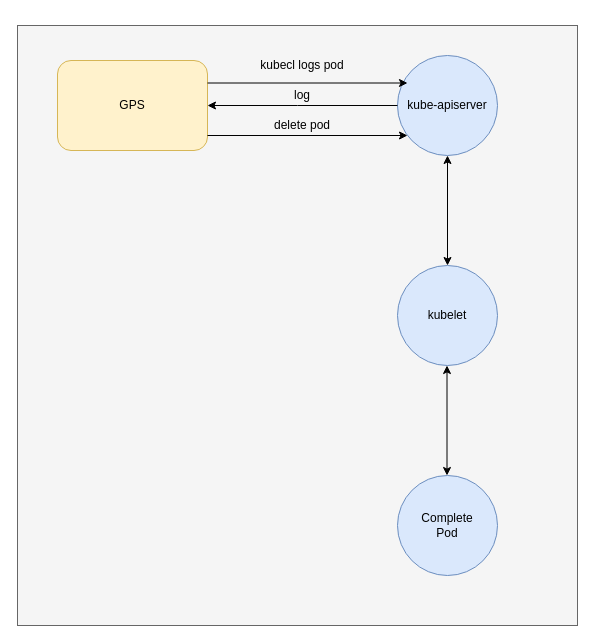
The draw.io diagram complete-pod-deletion.drawio in YanshanSong/draw.io, before the edit. Source tidied: cells renumbered, new cells numbered last; positions are measured from the earlier drawing's top-left corner, leaving out a move shared by most shapes. Both pictures are drawn from the tidied source at 100%, with x=0, y=0 at pixel (17, 25).
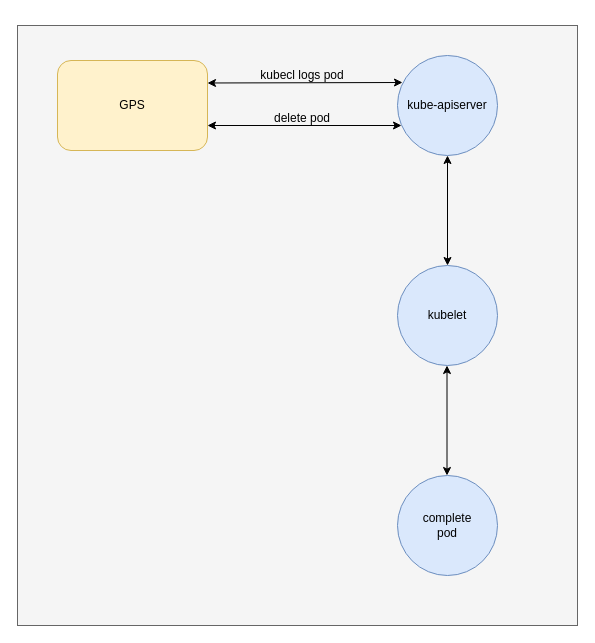
The same page after the edit.

The change refers to these unchanged cells:
```xml
<mxCell id="2" style="rounded=0;whiteSpace=wrap;html=1;fillColor=#f5f5f5;strokeColor=#666666;fontColor=#333333;" parent="1" vertex="1">
  <mxGeometry width="560" height="600" as="geometry" />
</mxCell>
<mxCell id="3" value="kube-apiserver" style="ellipse;whiteSpace=wrap;html=1;fillColor=#dae8fc;strokeColor=#6c8ebf;" parent="1" vertex="1">
  <mxGeometry x="380" y="30" width="100" height="100" as="geometry" />
</mxCell>
<mxCell id="4" value="GPS" style="rounded=1;whiteSpace=wrap;html=1;fillColor=#fff2cc;strokeColor=#d6b656;" parent="1" vertex="1">
  <mxGeometry x="40" y="35" width="150" height="90" as="geometry" />
</mxCell>
```

Diff of the diagram source:
```diff
@@
-    <mxCell id="5" style="endArrow=classic;html=1;rounded=0;entryX=1;entryY=0.5;entryDx=0;entryDy=0;" parent="1" edge="1" target="4">
-      <mxGeometry relative="1" as="geometry">
-        <mxPoint x="380" y="80" as="sourcePoint" />
-        <Array as="points">
-          <mxPoint x="280" y="80" />
-        </Array>
-      </mxGeometry>
-    </mxCell>
-    <mxCell id="6" style="group;" parent="1" vertex="1">
-      <mxGeometry x="240" y="25" width="90" height="30" as="geometry" />
-    </mxCell>
-    <mxCell id="7" style="group;" parent="6" vertex="1">
-      <mxGeometry width="90" height="30" as="geometry" />
-    </mxCell>
-    <mxCell id="8" style="endArrow=classic;html=1;rounded=0;exitX=1;exitY=0.25;exitDx=0;exitDy=0;entryX=0.1;entryY=0.275;entryDx=0;entryDy=0;entryPerimeter=0;" parent="7" edge="1" source="4" target="3">
-      <mxGeometry relative="1" as="geometry" />
-    </mxCell>
-    <mxCell id="9" value="kubecl logs pod" style="text;html=1;strokeColor=none;fillColor=none;align=center;verticalAlign=middle;whiteSpace=wrap;rounded=0;" parent="7" vertex="1">
-      <mxGeometry width="90" height="30" as="geometry" />
-    </mxCell>
-    <mxCell id="10" style="group;" parent="1" vertex="1">
-      <mxGeometry x="240" y="55" width="90" height="30" as="geometry" />
-    </mxCell>
-    <mxCell id="11" style="group;" parent="10" vertex="1">
-      <mxGeometry width="90" height="30" as="geometry" />
-    </mxCell>
-    <mxCell id="12" value="log" style="text;html=1;strokeColor=none;fillColor=none;align=center;verticalAlign=middle;whiteSpace=wrap;rounded=0;" parent="11" vertex="1">
-      <mxGeometry width="90" height="30" as="geometry" />
-    </mxCell>
-    <mxCell id="13" style="endArrow=classic;html=1;rounded=0;exitX=1;exitY=0.25;exitDx=0;exitDy=0;entryX=0.1;entryY=0.275;entryDx=0;entryDy=0;entryPerimeter=0;" parent="1" edge="1">
-      <mxGeometry relative="1" as="geometry">
-        <mxPoint x="190" y="110" as="sourcePoint" />
-        <mxPoint x="390" y="110" as="targetPoint" />
-      </mxGeometry>
-    </mxCell>
-    <mxCell id="14" style="group;" parent="1" vertex="1">
-      <mxGeometry x="240" y="85" width="90" height="30" as="geometry" />
-    </mxCell>
-    <mxCell id="15" style="group;" parent="14" vertex="1">
-      <mxGeometry width="90" height="30" as="geometry" />
-    </mxCell>
-    <mxCell id="16" value="delete pod" style="text;html=1;strokeColor=none;fillColor=none;align=center;verticalAlign=middle;whiteSpace=wrap;rounded=0;" parent="15" vertex="1">
-      <mxGeometry width="90" height="30" as="geometry" />
-    </mxCell>
@@
-    <mxCell id="18" value="Complete&lt;br&gt;Pod" style="ellipse;whiteSpace=wrap;html=1;fillColor=#dae8fc;strokeColor=#6c8ebf;" parent="1" vertex="1">
+    <mxCell id="18" value="complete&lt;br&gt;pod" style="ellipse;whiteSpace=wrap;html=1;fillColor=#dae8fc;strokeColor=#6c8ebf;" parent="1" vertex="1">
       <mxGeometry x="380" y="450" width="100" height="100" as="geometry" />
     </mxCell>
@@
+    <mxCell id="7" style="group;" parent="1" vertex="1">
+      <mxGeometry x="240" y="35" width="90" height="30" as="geometry" />
+    </mxCell>
+    <mxCell id="9" value="kubecl logs pod" style="text;html=1;strokeColor=none;fillColor=none;align=center;verticalAlign=middle;whiteSpace=wrap;rounded=0;" parent="7" vertex="1">
+      <mxGeometry width="90" height="30" as="geometry" />
+    </mxCell>
+    <mxCell id="8" style="endArrow=classic;startArrow=classic;html=1;rounded=0;exitX=1;exitY=0.25;exitDx=0;exitDy=0;entryX=0.05;entryY=0.27;entryDx=0;entryDy=0;entryPerimeter=0;" parent="1" edge="1" source="4" target="3">
+      <mxGeometry relative="1" as="geometry" />
+    </mxCell>
+    <mxCell id="21" style="endArrow=classic;startArrow=classic;html=1;rounded=0;" parent="1" edge="1" source="2">
+      <mxGeometry relative="1" as="geometry">
+        <mxPoint x="330" as="targetPoint" />
+      </mxGeometry>
+    </mxCell>
+    <mxCell id="22" style="endArrow=classic;startArrow=classic;html=1;rounded=0;entryX=0.04;entryY=0.7;entryDx=0;entryDy=0;entryPerimeter=0;" parent="1" edge="1" target="3">
+      <mxGeometry relative="1" as="geometry">
+        <mxPoint x="190" y="100" as="sourcePoint" />
+      </mxGeometry>
+    </mxCell>
+    <mxCell id="23" style="group;" parent="1" vertex="1">
+      <mxGeometry x="240" y="78" width="90" height="30" as="geometry" />
+    </mxCell>
+    <mxCell id="16" value="delete pod" style="text;html=1;strokeColor=none;fillColor=none;align=center;verticalAlign=middle;whiteSpace=wrap;rounded=0;" parent="23" vertex="1">
+      <mxGeometry width="90" height="30" as="geometry" />
+    </mxCell>
```
